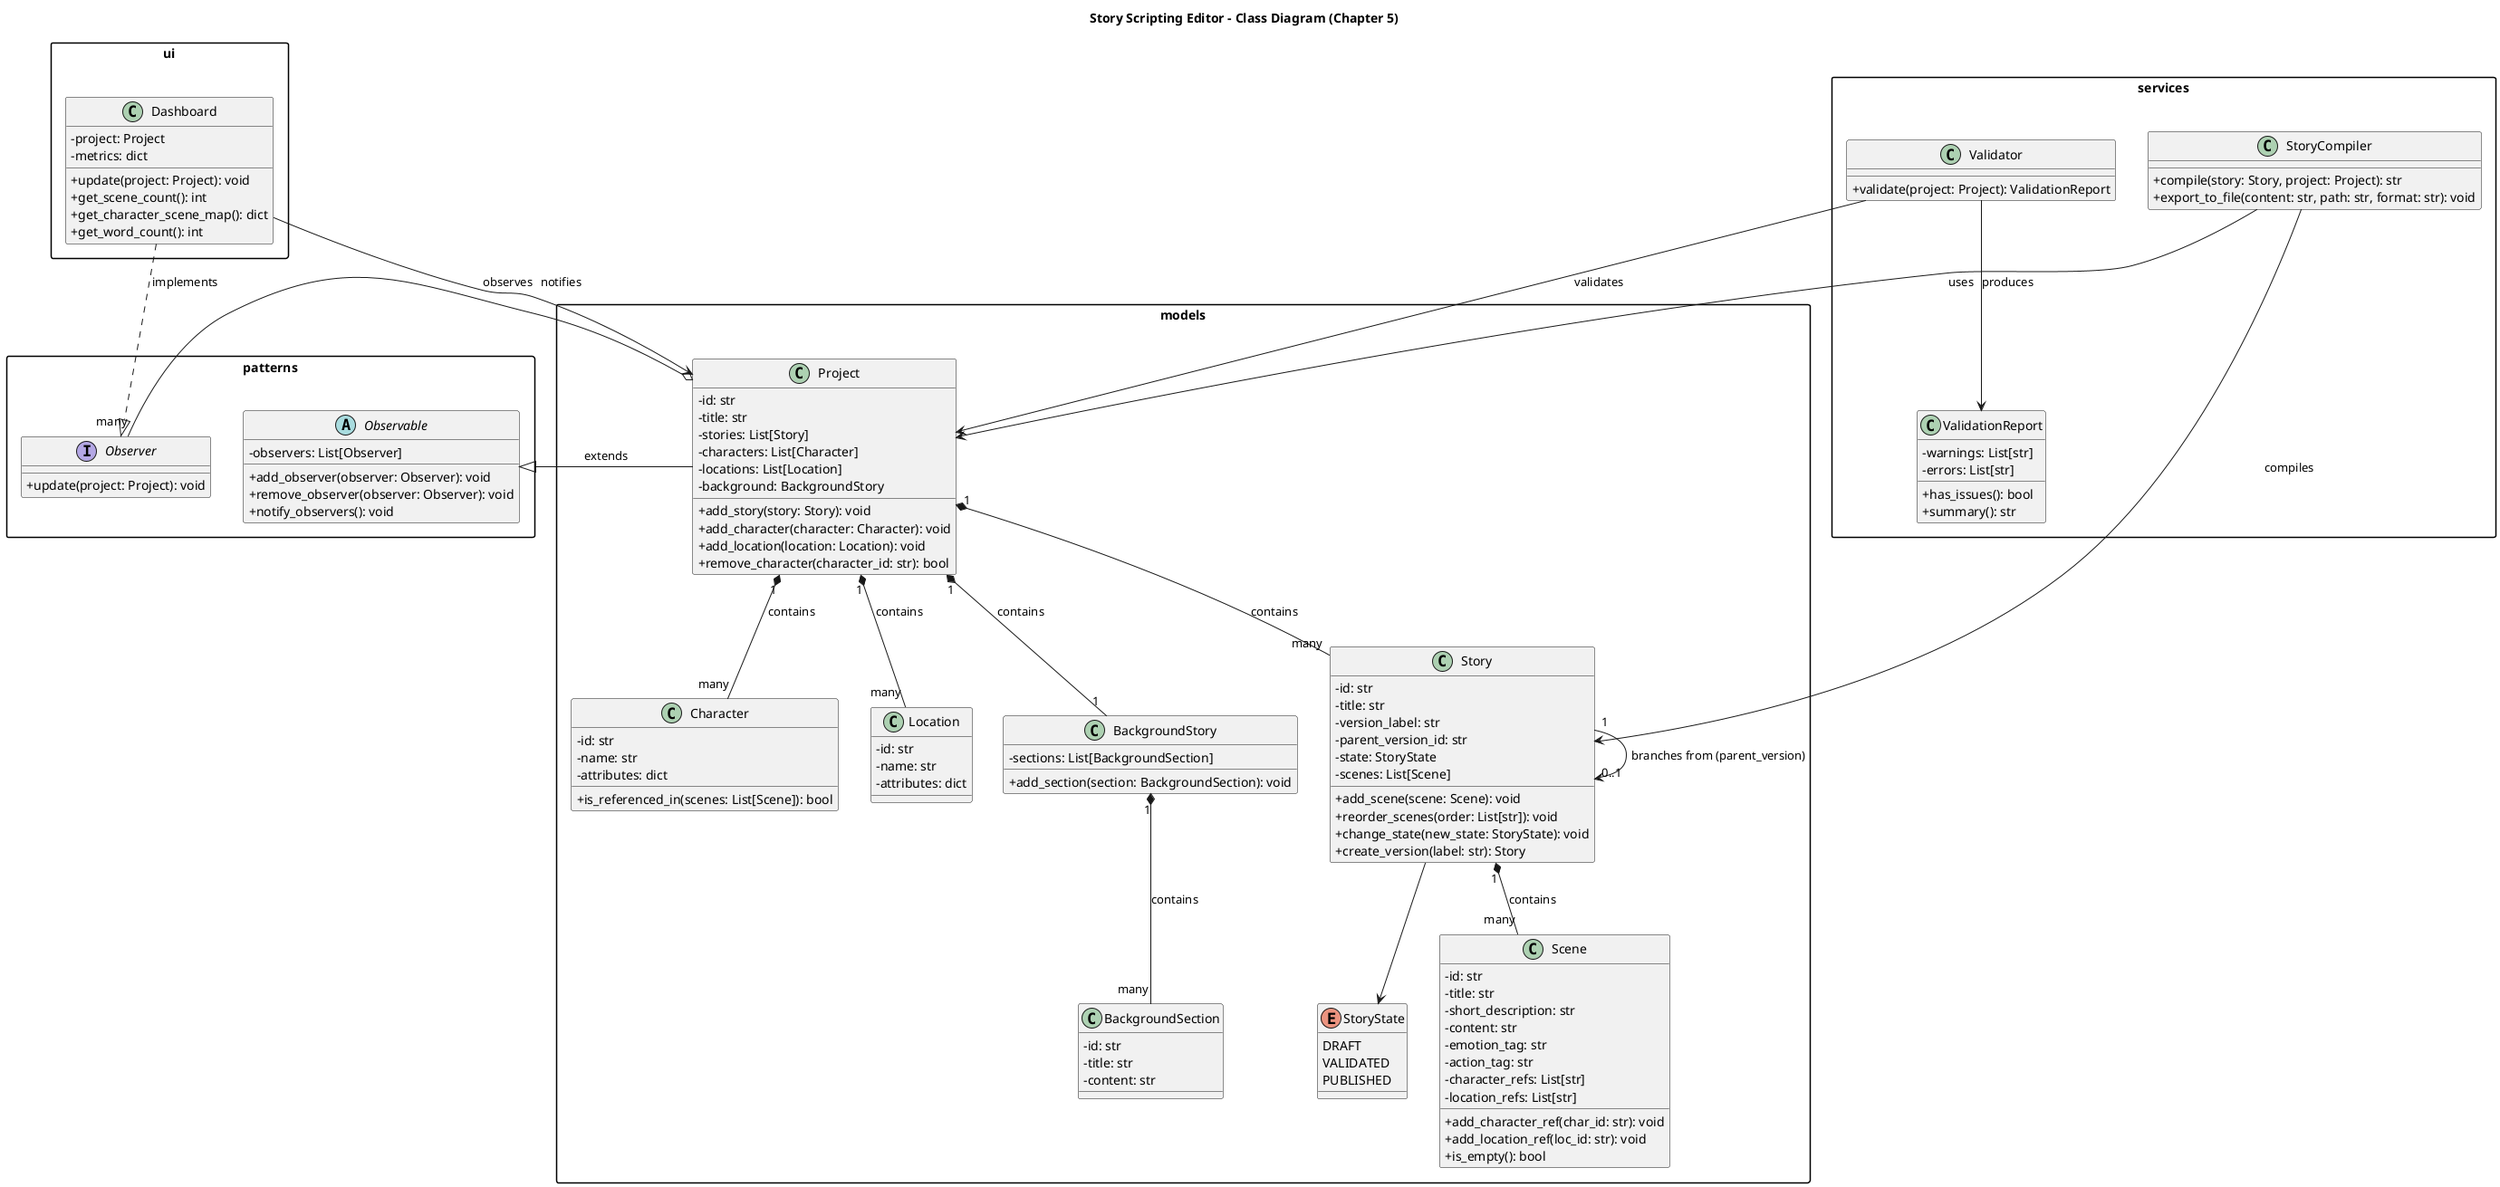
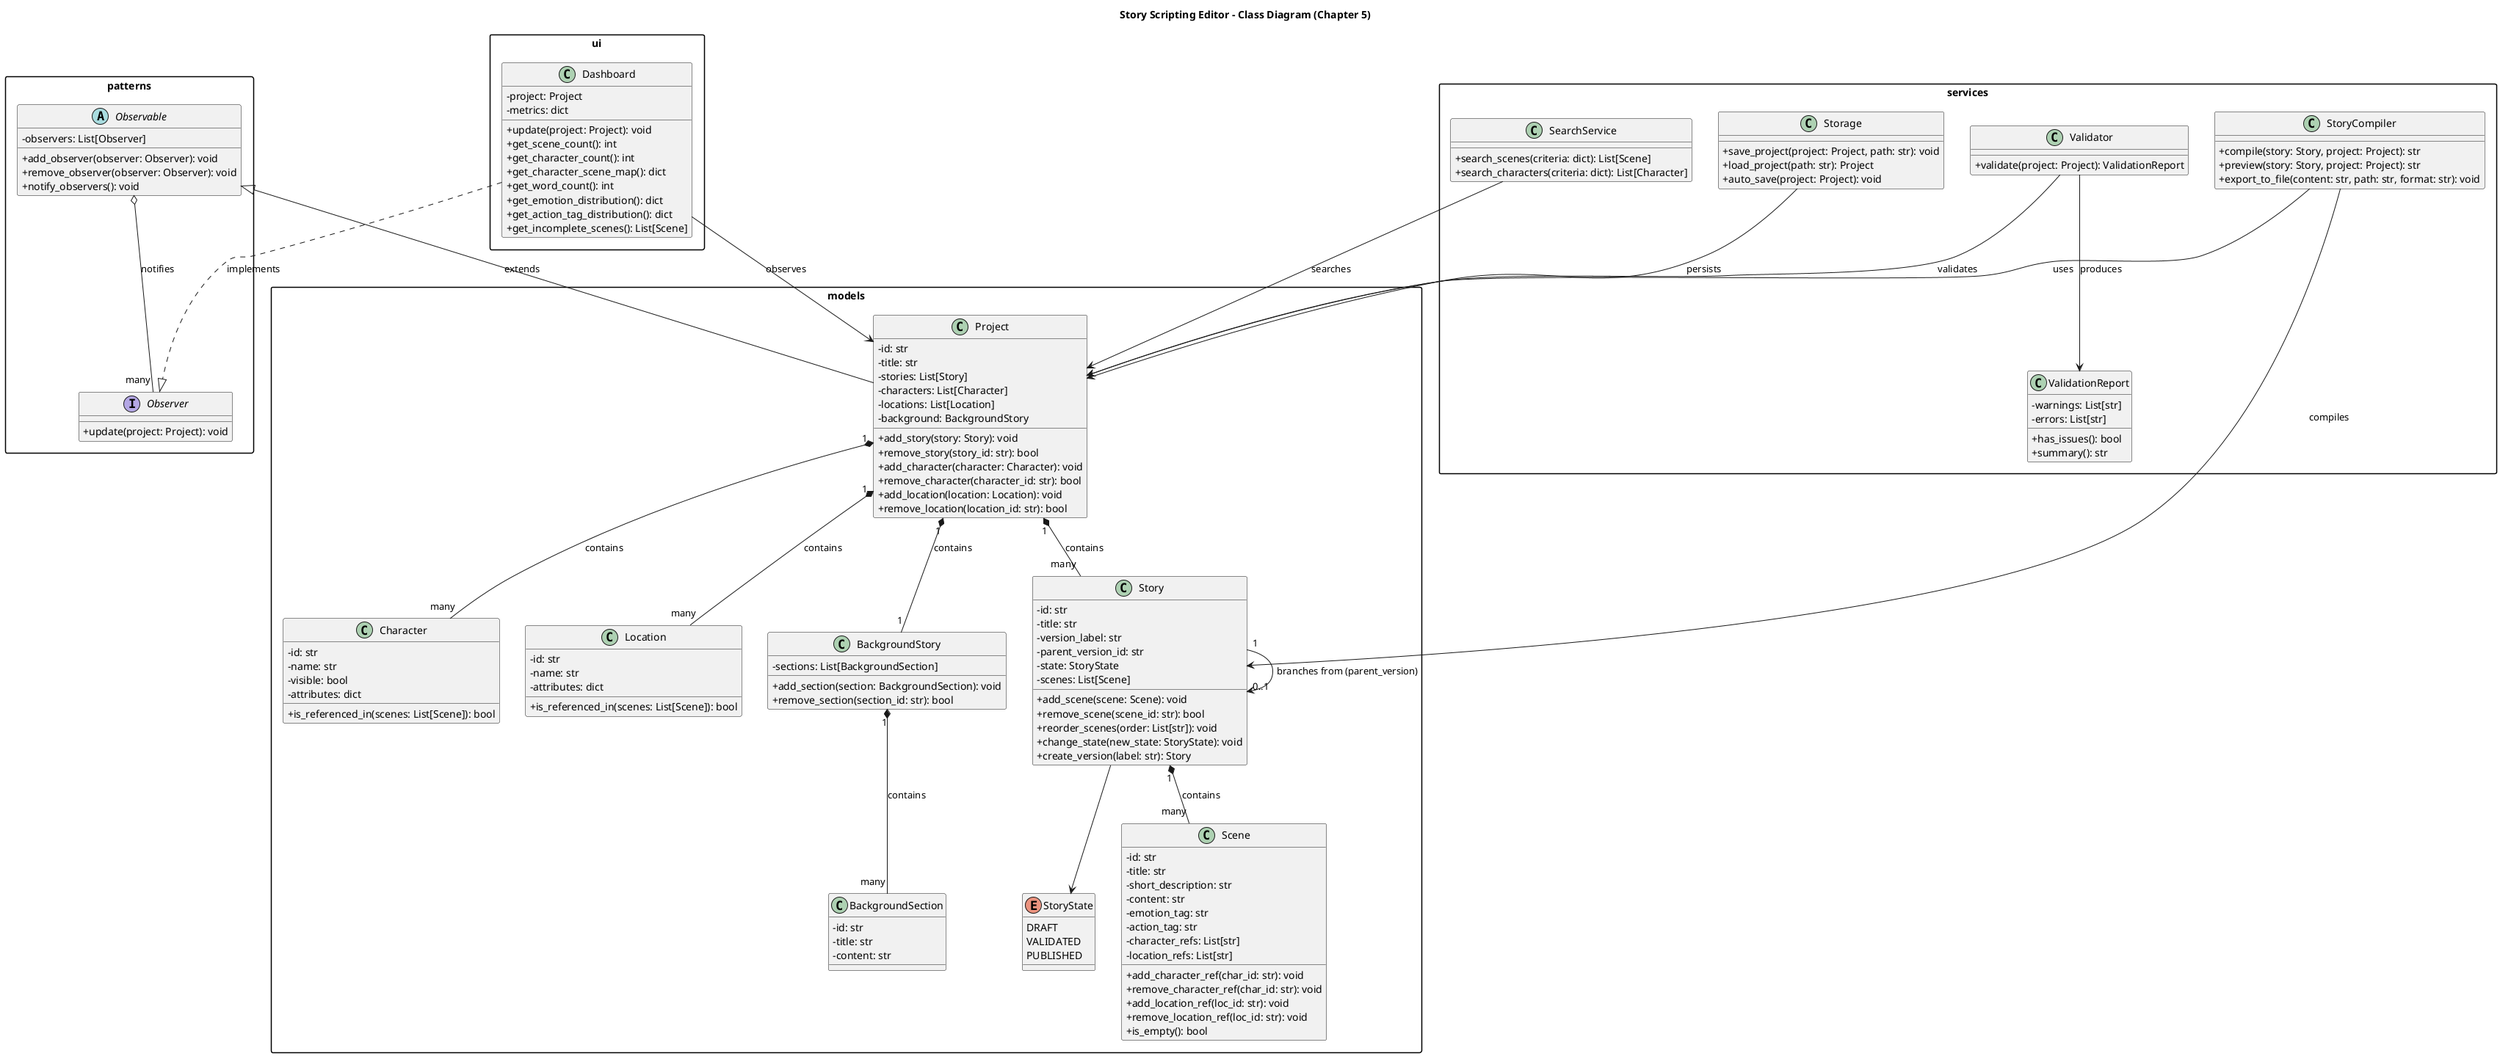
@startuml ClassDiagram
skinparam classAttributeIconSize 0
skinparam packageStyle rectangle
title Story Scripting Editor - Class Diagram (Chapter 5)

package "patterns" {
  interface Observer {
    + update(project: Project): void
  }

  abstract class Observable {
    - observers: List[Observer]
    + add_observer(observer: Observer): void
    + remove_observer(observer: Observer): void
    + notify_observers(): void
  }
}

package "models" {
  enum StoryState {
    DRAFT
    VALIDATED
    PUBLISHED
  }

  class Project {
    - id: str
    - title: str
    - stories: List[Story]
    - characters: List[Character]
    - locations: List[Location]
    - background: BackgroundStory
    + add_story(story: Story): void
+     + remove_story(story_id: str): bool
    + add_character(character: Character): void
+     + remove_character(character_id: str): bool
    + add_location(location: Location): void
-     + remove_character(character_id: str): bool
+     + remove_location(location_id: str): bool
  }

  class Story {
    - id: str
    - title: str
    - version_label: str
    - parent_version_id: str
    - state: StoryState
    - scenes: List[Scene]
    + add_scene(scene: Scene): void
+     + remove_scene(scene_id: str): bool
    + reorder_scenes(order: List[str]): void
    + change_state(new_state: StoryState): void
    + create_version(label: str): Story
  }

  class Scene {
    - id: str
    - title: str
    - short_description: str
    - content: str
    - emotion_tag: str
    - action_tag: str
    - character_refs: List[str]
    - location_refs: List[str]
    + add_character_ref(char_id: str): void
+     + remove_character_ref(char_id: str): void
    + add_location_ref(loc_id: str): void
+     + remove_location_ref(loc_id: str): void
    + is_empty(): bool
  }

  class Character {
    - id: str
    - name: str
+     - visible: bool
    - attributes: dict
    + is_referenced_in(scenes: List[Scene]): bool
  }

  class Location {
    - id: str
    - name: str
    - attributes: dict
+     + is_referenced_in(scenes: List[Scene]): bool
  }

  class BackgroundStory {
    - sections: List[BackgroundSection]
    + add_section(section: BackgroundSection): void
+     + remove_section(section_id: str): bool
  }

  class BackgroundSection {
    - id: str
    - title: str
    - content: str
  }
}

package "services" {
  class Validator {
    + validate(project: Project): ValidationReport
  }

  class ValidationReport {
    - warnings: List[str]
    - errors: List[str]
    + has_issues(): bool
    + summary(): str
  }

  class StoryCompiler {
    + compile(story: Story, project: Project): str
+     + preview(story: Story, project: Project): str
    + export_to_file(content: str, path: str, format: str): void
+   }
+ 
+   class SearchService {
+     + search_scenes(criteria: dict): List[Scene]
+     + search_characters(criteria: dict): List[Character]
+   }
+ 
+   class Storage {
+     + save_project(project: Project, path: str): void
+     + load_project(path: str): Project
+     + auto_save(project: Project): void
  }
}

package "ui" {
  class Dashboard {
    - project: Project
    - metrics: dict
    + update(project: Project): void
    + get_scene_count(): int
+     + get_character_count(): int
    + get_character_scene_map(): dict
    + get_word_count(): int
+     + get_emotion_distribution(): dict
+     + get_action_tag_distribution(): dict
+     + get_incomplete_scenes(): List[Scene]
  }
}

' --- Observer pattern wiring ---
Observable <|-- Project : extends
- Project o-- "many" Observer : notifies
+ Observable o-- "many" Observer : notifies
Dashboard ..|> Observer : implements
Dashboard --> Project : observes

' --- Domain model relationships ---
Project "1" *-- "many" Story : contains
Project "1" *-- "many" Character : contains
Project "1" *-- "many" Location : contains
Project "1" *-- "1" BackgroundStory : contains

Story "1" *-- "many" Scene : contains
Story --> StoryState
Story "1" --> "0..1" Story : branches from (parent_version)

BackgroundStory "1" *-- "many" BackgroundSection : contains

' --- Service relationships ---
Validator --> Project : validates
Validator --> ValidationReport : produces

StoryCompiler --> Story : compiles
StoryCompiler --> Project : uses

+ SearchService --> Project : searches
+ 
+ Storage --> Project : persists
+ 
@enduml
